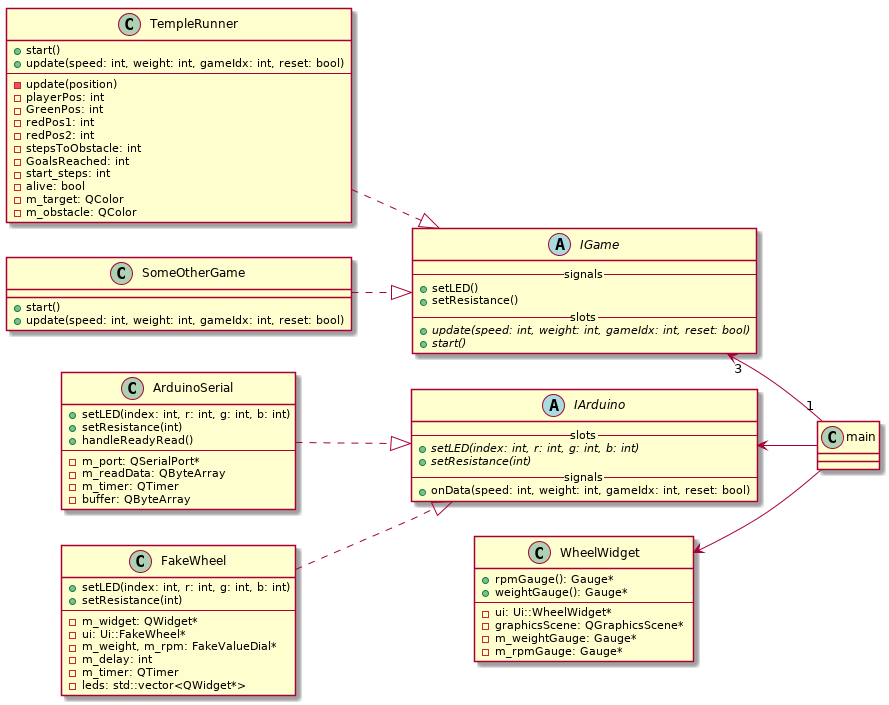
Before: uml/out/uml/uml.png, a diagram exported from PlantUML (Anders-Clement/B208).
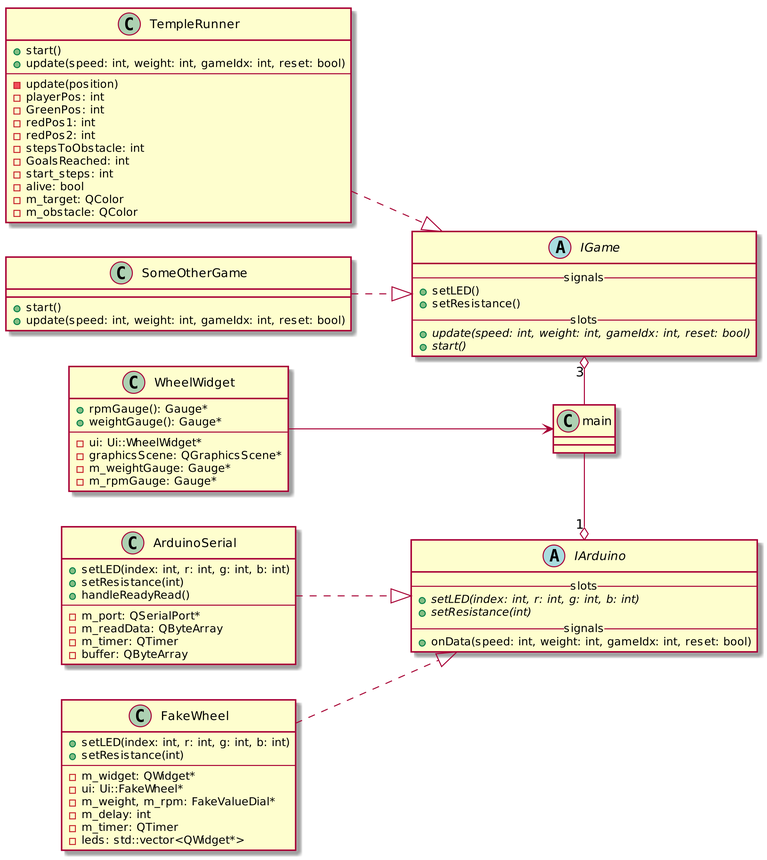
The same diagram one commit later.

Commit message:
more vertical uml

What changed in the source:
```diff
@@ -1,5 +1,6 @@
 @startuml
 left to right direction
+skinparam dpi 300
 class main
 abstract IGame {
     --signals--
@@ -41,10 +42,6 @@
     + onData(speed: int, weight: int, gameIdx: int, reset: bool)
 }
 
-
-IArduino <-- main
-IGame "3"<--"1" main
-WheelWidget <-- main
 class ArduinoSerial {
     + setLED(index: int, r: int, g: int, b: int)
     + setResistance(int)
@@ -81,4 +78,7 @@
     - m_rpmGauge: Gauge*
 }
 
+IArduino "1" o-left- main
+IGame "3" o-right- main
+WheelWidget -down-> main
 @enduml
```
